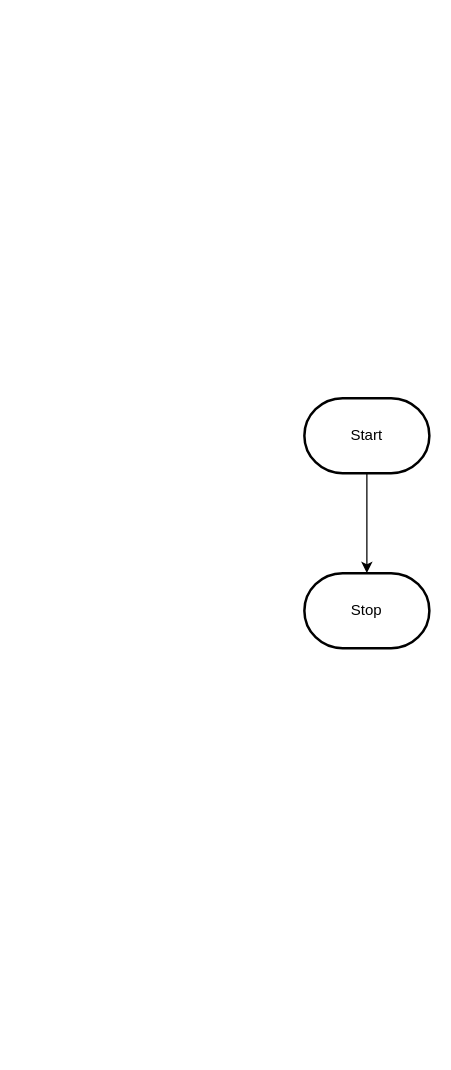
The draw.io diagram design/flowchart.drawio in MTHS-ICS2O-2-2022/ICS2O-Unit-5-02-Osamah-Hasan, before the edit. Source tidied: cells renumbered, new cells numbered last; positions are measured from the earlier drawing's top-left corner, leaving out a move shared by most shapes. Both pictures are drawn from the tidied source at 125%, with x=0, y=0 at pixel (304, 398).
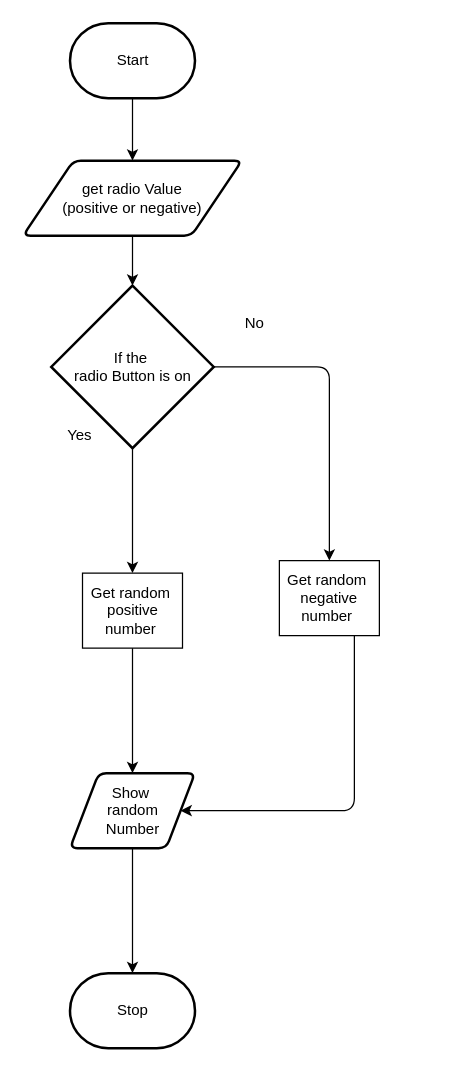
The same page after the edit.

Commit message (it also covers changes not shown here):
update 0.3 : flow chart and Story board

Change to the diagram source:
```diff
@@
 <mxGraphModel>
   <root>
     <mxCell id="0" />
     <mxCell id="1" parent="0" />
-    <mxCell id="2" style="edgeStyle=orthogonalEdgeStyle;html=1;rounded=0;" parent="1" edge="1" source="3" target="4">
-      <mxGeometry relative="1" as="geometry" />
-    </mxCell>
+    <mxCell id="5" style="edgeStyle=none;html=1;entryX=0.5;entryY=0;entryDx=0;entryDy=0;" parent="1" edge="1" source="3" target="2">
+      <mxGeometry relative="1" as="geometry" />
+    </mxCell>
     <mxCell id="3" value="Start" style="strokeWidth=2;html=1;shape=mxgraph.flowchart.terminator;whiteSpace=wrap;" parent="1" vertex="1">
-      <mxGeometry width="100" height="60" as="geometry" />
+      <mxGeometry x="-187.5" y="-300" width="100" height="60" as="geometry" />
     </mxCell>
     <mxCell id="4" value="Stop" style="strokeWidth=2;html=1;shape=mxgraph.flowchart.terminator;whiteSpace=wrap;" parent="1" vertex="1">
-      <mxGeometry y="140" width="100" height="60" as="geometry" />
+      <mxGeometry x="-187.5" y="460" width="100" height="60" as="geometry" />
     </mxCell>
+    <mxCell id="6" style="edgeStyle=orthogonalEdgeStyle;html=1;" parent="1" edge="1" source="2" target="9">
+      <mxGeometry relative="1" as="geometry" />
+    </mxCell>
+    <mxCell id="2" value="get radio Value&lt;br&gt;(positive or negative)" style="shape=parallelogram;html=1;strokeWidth=2;perimeter=parallelogramPerimeter;whiteSpace=wrap;rounded=1;arcSize=12;size=0.23;" parent="1" vertex="1">
+      <mxGeometry x="-225" y="-190" width="175" height="60" as="geometry" />
+    </mxCell>
+    <mxCell id="7" style="edgeStyle=orthogonalEdgeStyle;html=1;entryX=0.5;entryY=0;entryDx=0;entryDy=0;" parent="1" edge="1" source="9" target="13">
+      <mxGeometry relative="1" as="geometry" />
+    </mxCell>
+    <mxCell id="8" style="edgeStyle=orthogonalEdgeStyle;html=1;entryX=0.5;entryY=0;entryDx=0;entryDy=0;" parent="1" edge="1" source="9" target="15">
+      <mxGeometry relative="1" as="geometry" />
+    </mxCell>
+    <mxCell id="9" value="If the&amp;nbsp;&lt;br&gt;radio Button is on" style="strokeWidth=2;html=1;shape=mxgraph.flowchart.decision;whiteSpace=wrap;" parent="1" vertex="1">
+      <mxGeometry x="-202.5" y="-90" width="130" height="130" as="geometry" />
+    </mxCell>
+    <mxCell id="10" value="No" style="text;html=1;align=center;verticalAlign=middle;strokeColor=none;fillColor=none;" parent="1" vertex="1">
+      <mxGeometry x="-60" y="-75" width="40" height="30" as="geometry" />
+    </mxCell>
+    <mxCell id="11" value="Yes" style="text;html=1;align=center;verticalAlign=middle;strokeColor=none;fillColor=none;" parent="1" vertex="1">
+      <mxGeometry x="-200" y="15" width="40" height="30" as="geometry" />
+    </mxCell>
+    <mxCell id="12" style="edgeStyle=orthogonalEdgeStyle;html=1;entryX=0.5;entryY=0;entryDx=0;entryDy=0;" parent="1" edge="1" source="13" target="17">
+      <mxGeometry relative="1" as="geometry" />
+    </mxCell>
+    <mxCell id="13" value="Get random&amp;nbsp;&lt;br&gt;positive&lt;br&gt;number&amp;nbsp;" style="whiteSpace=wrap;html=1;" parent="1" vertex="1">
+      <mxGeometry x="-177.5" y="140" width="80" height="60" as="geometry" />
+    </mxCell>
+    <mxCell id="14" style="edgeStyle=orthogonalEdgeStyle;html=1;" parent="1" edge="1" source="15" target="17">
+      <mxGeometry relative="1" as="geometry">
+        <Array as="points">
+          <mxPoint x="40" y="330" />
+        </Array>
+      </mxGeometry>
+    </mxCell>
+    <mxCell id="15" value="Get random&amp;nbsp;&lt;br&gt;negative&lt;br&gt;number&amp;nbsp;" style="whiteSpace=wrap;html=1;" parent="1" vertex="1">
+      <mxGeometry x="-20" y="130" width="80" height="60" as="geometry" />
+    </mxCell>
+    <mxCell id="16" style="edgeStyle=orthogonalEdgeStyle;html=1;" parent="1" edge="1" source="17" target="4">
+      <mxGeometry relative="1" as="geometry" />
+    </mxCell>
+    <mxCell id="17" value="Show&amp;nbsp;&lt;br&gt;random &lt;br&gt;Number" style="shape=parallelogram;html=1;strokeWidth=2;perimeter=parallelogramPerimeter;whiteSpace=wrap;rounded=1;arcSize=12;size=0.23;" parent="1" vertex="1">
+      <mxGeometry x="-187.5" y="300" width="100" height="60" as="geometry" />
+    </mxCell>
   </root>
 </mxGraphModel>
```
